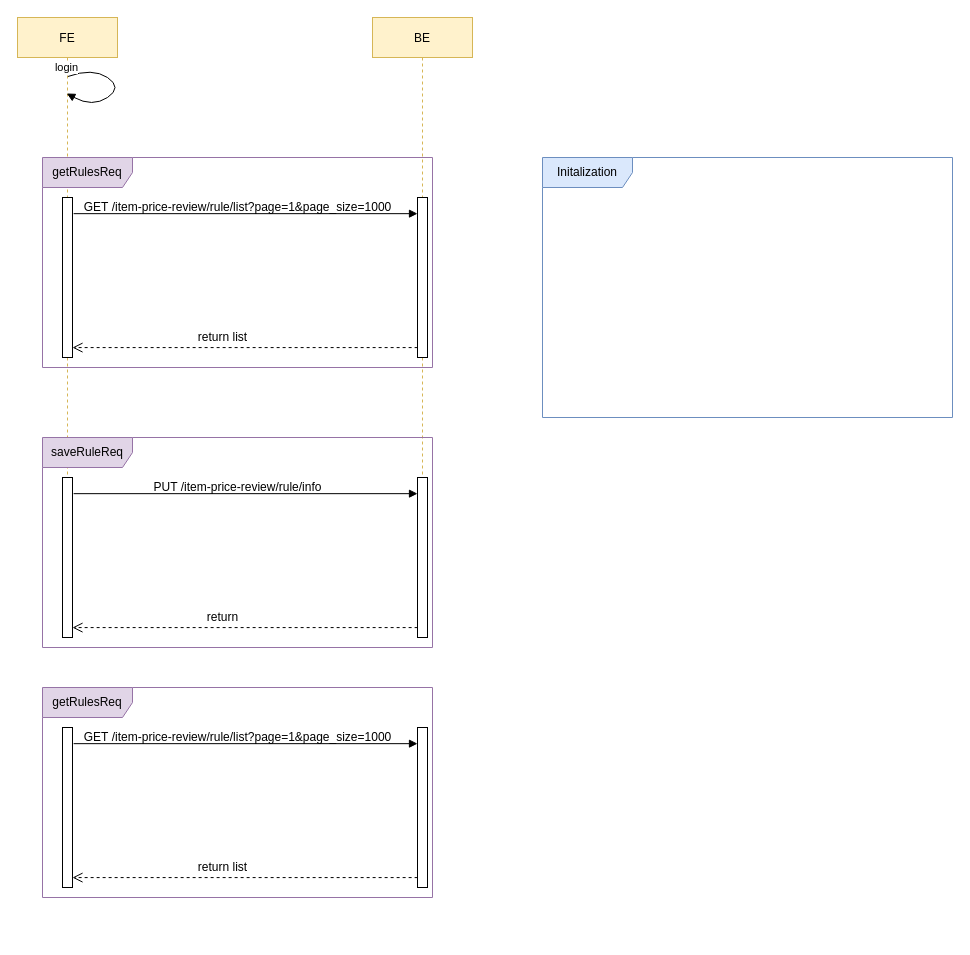
This is page "price rules" (7 of 7) of Admin/admin.drawio from junhong2021/Hotel-, a draw.io file, before an edit. Source tidied: cells renumbered, new cells numbered last; positions are measured from the earlier drawing's top-left corner, leaving out a move shared by most shapes. Both pictures are drawn from the tidied source at 100%, with x=0, y=0 at pixel (17, 17).
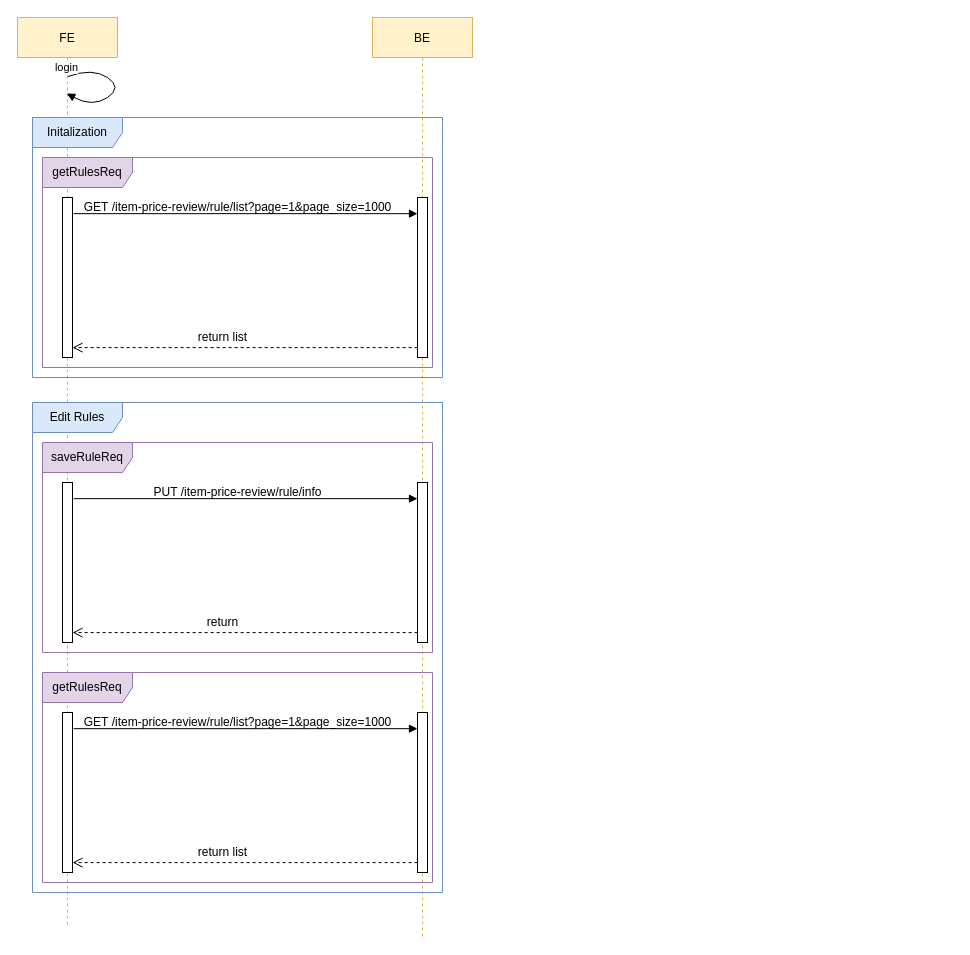
The same page after the edit.

Diff of the diagram source:
```diff
@@
     <mxCell id="2" value="FE" style="shape=umlLifeline;perimeter=lifelinePerimeter;rounded=0;shadow=0;strokeWidth=1;fillColor=#fff2cc;strokeColor=#d6b656;" parent="1" vertex="1">
-      <mxGeometry width="100" height="590" as="geometry" />
+      <mxGeometry width="100" height="910" as="geometry" />
     </mxCell>
     <mxCell id="3" value="BE" style="shape=umlLifeline;perimeter=lifelinePerimeter;rounded=0;shadow=0;strokeWidth=1;fillColor=#fff2cc;strokeColor=#d6b656;" parent="1" vertex="1">
-      <mxGeometry x="355" width="100" height="590" as="geometry" />
+      <mxGeometry x="355" width="100" height="920" as="geometry" />
     </mxCell>
@@
     <mxCell id="6" value="saveRuleReq" style="shape=umlFrame;whiteSpace=wrap;html=1;width=90;height=30;fillColor=#e1d5e7;strokeColor=#9673a6;" parent="1" vertex="1">
-      <mxGeometry x="25" y="420" width="390" height="210" as="geometry" />
+      <mxGeometry x="25" y="425" width="390" height="210" as="geometry" />
     </mxCell>
     <mxCell id="7" value="Initalization" style="shape=umlFrame;whiteSpace=wrap;html=1;width=90;height=30;fillColor=#dae8fc;strokeColor=#6c8ebf;" parent="1" vertex="1">
-      <mxGeometry x="525" y="140" width="410" height="260" as="geometry" />
+      <mxGeometry x="15" y="100" width="410" height="260" as="geometry" />
     </mxCell>
+    <mxCell id="27" value="Edit Rules" style="shape=umlFrame;whiteSpace=wrap;html=1;width=90;height=30;fillColor=#dae8fc;strokeColor=#6c8ebf;" parent="1" vertex="1">
+      <mxGeometry x="15" y="385" width="410" height="490" as="geometry" />
+    </mxCell>
@@
     <mxCell id="9" style="points=[];perimeter=orthogonalPerimeter;rounded=0;shadow=0;strokeWidth=1;" parent="1" vertex="1">
-      <mxGeometry x="400" y="460" width="10" height="160" as="geometry" />
+      <mxGeometry x="400" y="465" width="10" height="160" as="geometry" />
     </mxCell>
@@
     <mxCell id="15" style="points=[];perimeter=orthogonalPerimeter;rounded=0;shadow=0;strokeWidth=1;" parent="1" vertex="1">
-      <mxGeometry x="45" y="460" width="10" height="160" as="geometry" />
+      <mxGeometry x="45" y="465" width="10" height="160" as="geometry" />
     </mxCell>
@@
     <mxCell id="17" value="PUT /item-price-review/rule/info" style="text;html=1;align=center;verticalAlign=middle;strokeColor=none;" parent="1" vertex="1">
-      <mxGeometry x="130" y="460" width="180" height="20" as="geometry" />
+      <mxGeometry x="130" y="465" width="180" height="20" as="geometry" />
     </mxCell>
@@
     <mxCell id="19" value="return" style="text;html=1;align=center;verticalAlign=middle;strokeColor=none;" parent="1" vertex="1">
-      <mxGeometry x="180" y="590" width="50" height="20" as="geometry" />
+      <mxGeometry x="180" y="595" width="50" height="20" as="geometry" />
     </mxCell>
     <mxCell id="20" value="getRulesReq" style="shape=umlFrame;whiteSpace=wrap;html=1;width=90;height=30;fillColor=#e1d5e7;strokeColor=#9673a6;" parent="1" vertex="1">
-      <mxGeometry x="25" y="670" width="390" height="210" as="geometry" />
+      <mxGeometry x="25" y="655" width="390" height="210" as="geometry" />
     </mxCell>
     <mxCell id="21" style="points=[];perimeter=orthogonalPerimeter;rounded=0;shadow=0;strokeWidth=1;" parent="1" vertex="1">
-      <mxGeometry x="400" y="710" width="10" height="160" as="geometry" />
+      <mxGeometry x="400" y="695" width="10" height="160" as="geometry" />
     </mxCell>
@@
     <mxCell id="24" style="points=[];perimeter=orthogonalPerimeter;rounded=0;shadow=0;strokeWidth=1;" parent="1" vertex="1">
-      <mxGeometry x="45" y="710" width="10" height="160" as="geometry" />
+      <mxGeometry x="45" y="695" width="10" height="160" as="geometry" />
     </mxCell>
     <mxCell id="25" value="GET&amp;nbsp;/item-price-review/rule/list?page=1&amp;amp;page_size=1000" style="text;html=1;align=center;verticalAlign=middle;strokeColor=none;" parent="1" vertex="1">
-      <mxGeometry x="60" y="710" width="320" height="20" as="geometry" />
+      <mxGeometry x="60" y="695" width="320" height="20" as="geometry" />
     </mxCell>
     <mxCell id="26" value="return list" style="text;html=1;align=center;verticalAlign=middle;strokeColor=none;" parent="1" vertex="1">
-      <mxGeometry x="175" y="840" width="60" height="20" as="geometry" />
+      <mxGeometry x="175" y="825" width="60" height="20" as="geometry" />
     </mxCell>
```
